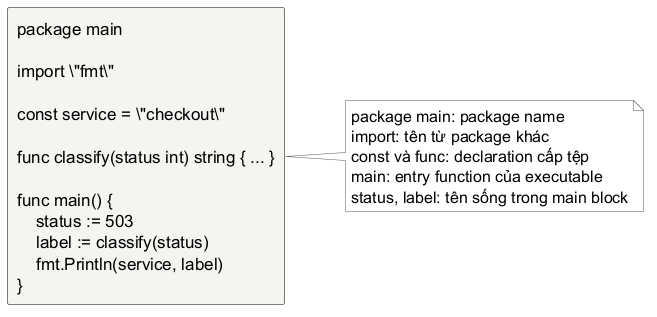
This is assets/diagrams/go-source-anatomy.png from Minhlike/Golang, a PlantUML export, as it was before one commit.
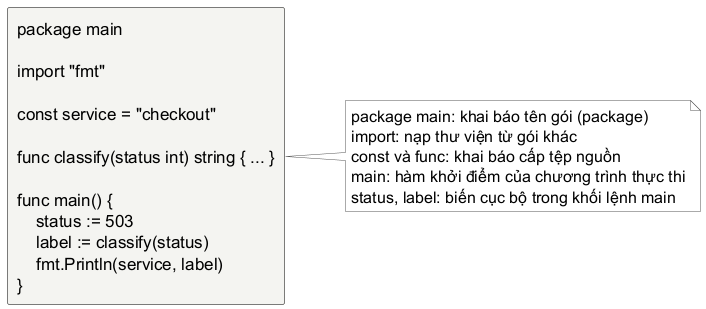
Later version of the same file.

The edit, as a diff of the source:
```diff
@@ -20,12 +20,26 @@
 skinparam arrowColor #000000
 left to right direction
 
-rectangle "package main\n\nimport \"fmt\"\n\nconst service = \"checkout\"\n\nfunc classify(status int) string { ... }\n\nfunc main() {\n    status := 503\n    label := classify(status)\n    fmt.Println(service, label)\n}" as source
+rectangle source [
+package main
+
+import "fmt"
+
+const service = "checkout"
+
+func classify(status int) string { ... }
+
+func main() {
+    status := 503
+    label := classify(status)
+    fmt.Println(service, label)
+}
+]
 note right of source
-  package main: package name
-  import: tên từ package khác
-  const và func: declaration cấp tệp
-  main: entry function của executable
-  status, label: tên sống trong main block
+  package main: khai báo tên gói (package)
+  import: nạp thư viện từ gói khác
+  const và func: khai báo cấp tệp nguồn
+  main: hàm khởi điểm của chương trình thực thi
+  status, label: biến cục bộ trong khối lệnh main
 end note
 @enduml
```
